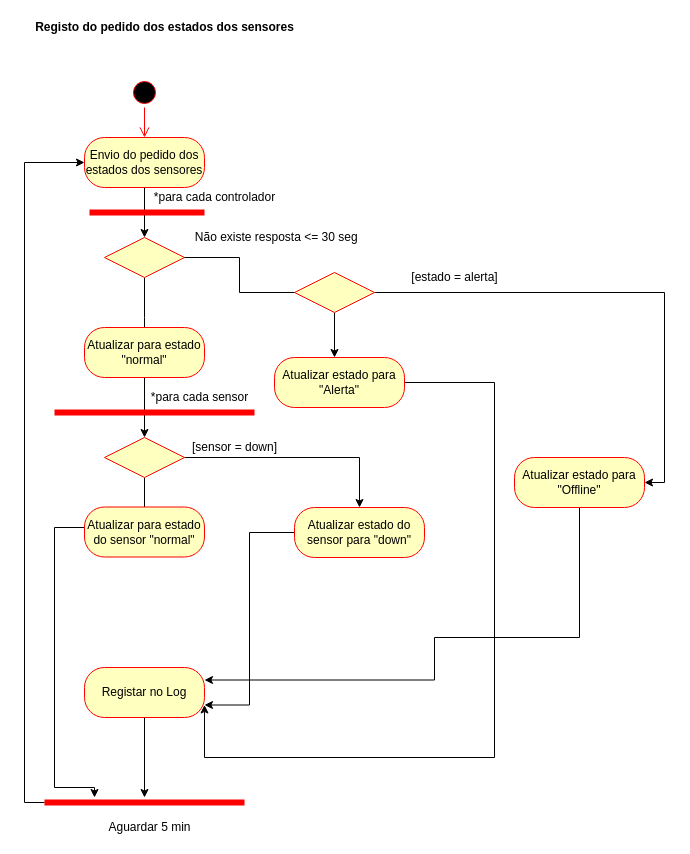
Before: page "Diagrama de Atividades Globais" (9 of 12) of Diagrama de Atividades_Trabalho_final.drawio in cunhaestgv/Colheitas, a draw.io diagram. Source tidied: cells renumbered, new cells numbered last; positions are measured from the earlier drawing's top-left corner, leaving out a move shared by most shapes. Both pictures are drawn from the tidied source at 100%, with x=0, y=0 at pixel (24, 17).
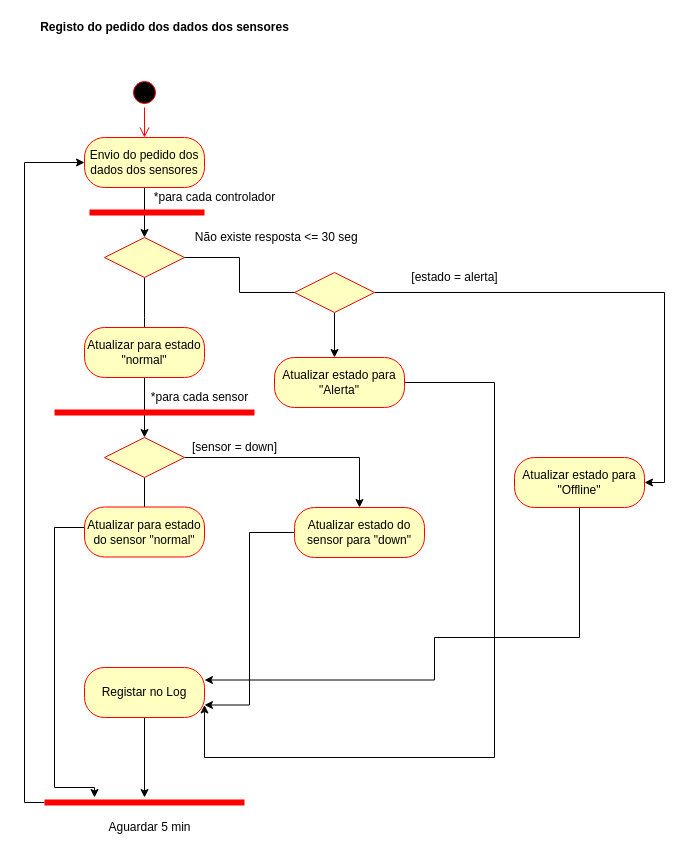
The same page after the edit.

Change to the diagram source:
```diff
@@
-    <mxCell id="2" value="Registo do pedido dos estados dos sensores" style="text;html=1;align=center;verticalAlign=middle;fontStyle=1;" parent="1" vertex="1">
-      <mxGeometry x="5" width="270" height="20" as="geometry" />
+    <mxCell id="2" value="Registo do pedido dos dados dos sensores&lt;br&gt;" style="text;html=1;align=center;verticalAlign=middle;fontStyle=1;" parent="1" vertex="1">
+      <mxGeometry x="10" width="260" height="20" as="geometry" />
     </mxCell>
@@
-    <mxCell id="6" value="Envio do pedido dos estados dos sensores" style="rounded=1;whiteSpace=wrap;html=1;arcSize=40;fontColor=#000000;fillColor=#ffffc0;strokeColor=#ff0000;" parent="1" vertex="1">
+    <mxCell id="6" value="Envio do pedido dos dados dos sensores" style="rounded=1;whiteSpace=wrap;html=1;arcSize=40;fontColor=#000000;fillColor=#ffffc0;strokeColor=#ff0000;" parent="1" vertex="1">
       <mxGeometry x="60" y="120" width="120" height="50" as="geometry" />
     </mxCell>
```
